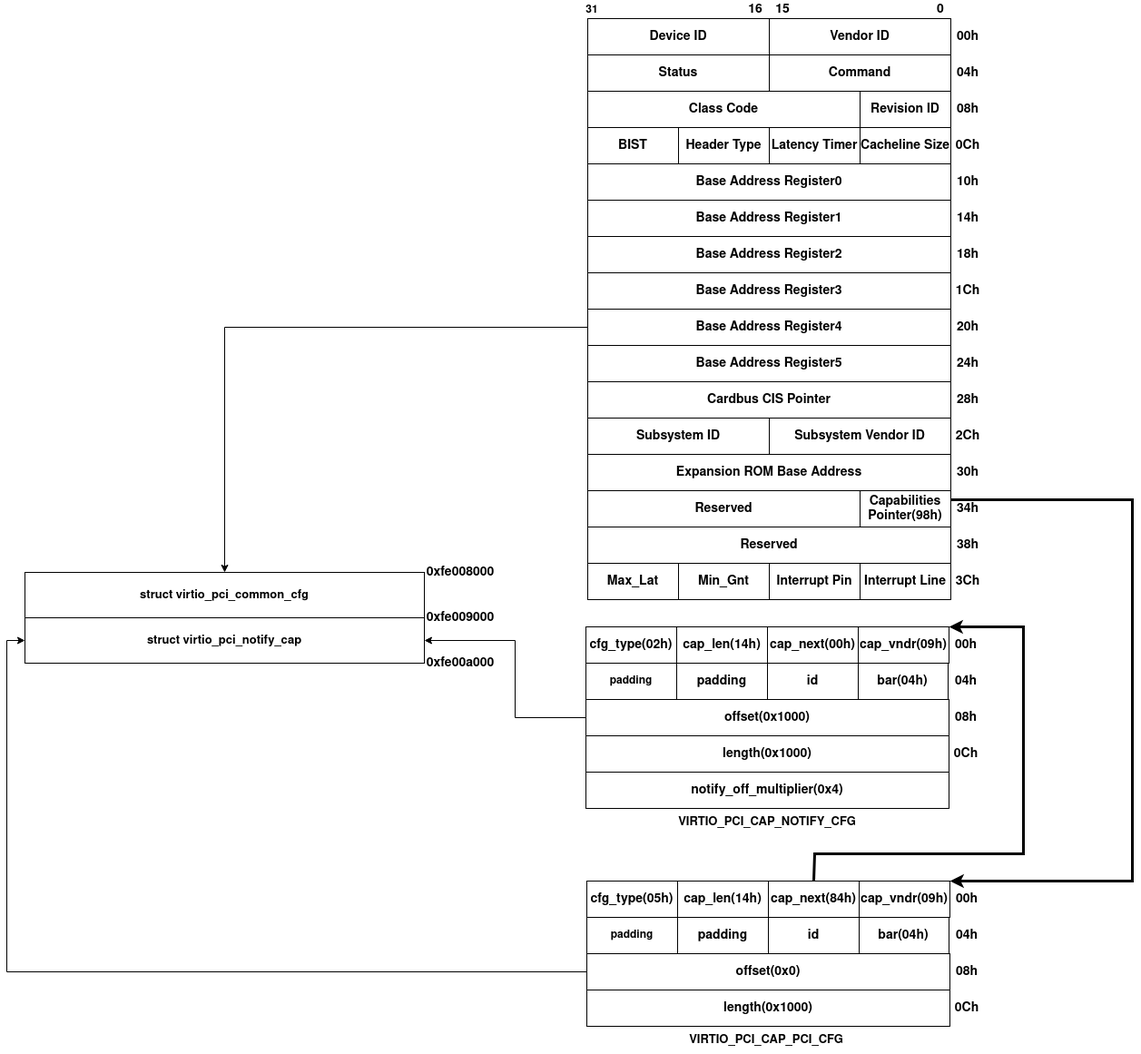
This is source/_posts/virtio简介/virtio的PCI配置空间.png from JiaweiHawk/jiaweihawk.github.io, a draw.io export, as it was before one commit. Source tidied: cells renumbered, new cells last; positions are measured from the earlier drawing's top-left corner, leaving out a move shared by most shapes.
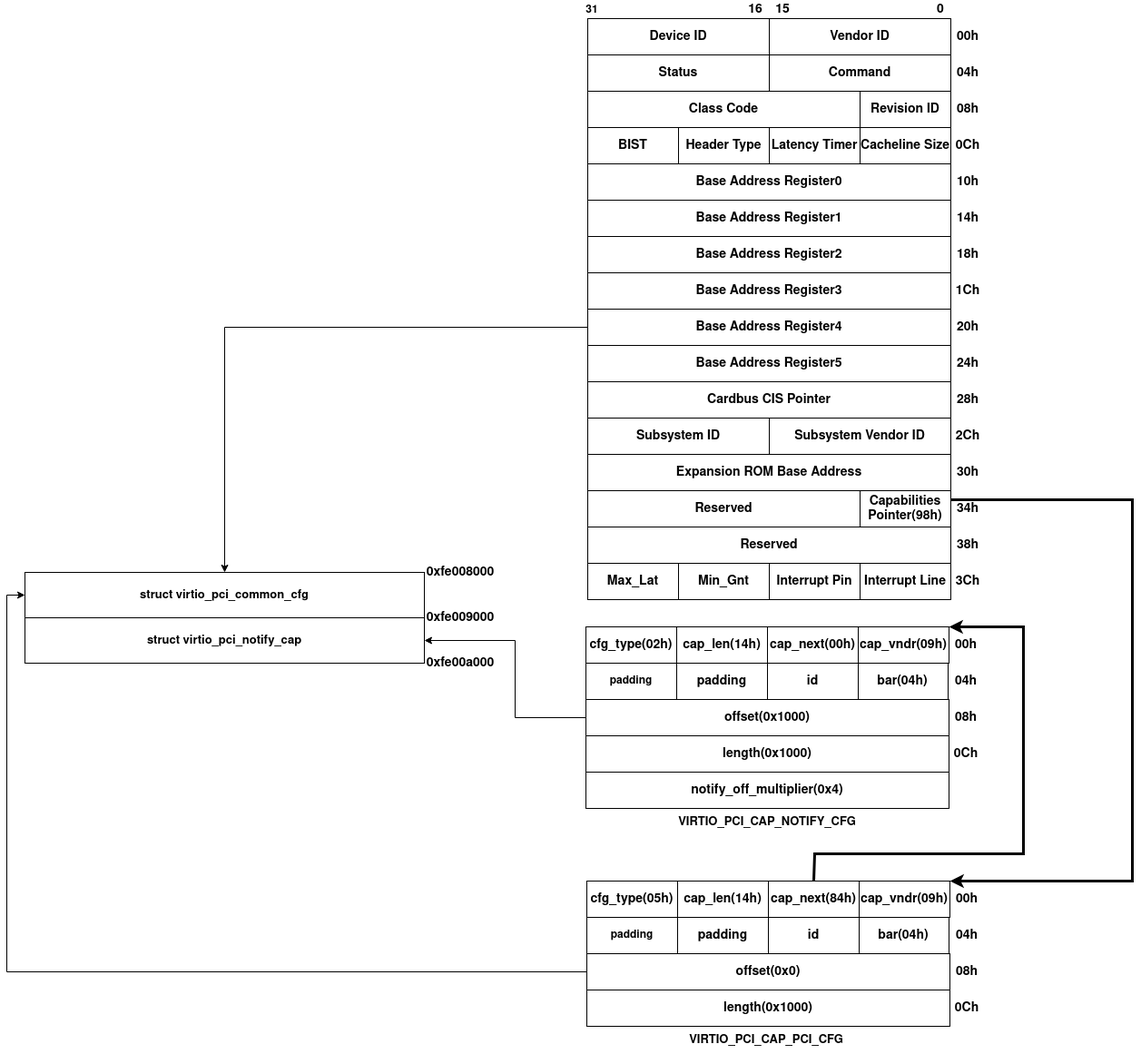
The same diagram one commit later.

Commit message:
source/_posts/virtio简介: 修复示意图bug并完善实例化

What changed in the source:
```diff
@@ -281,11 +281,11 @@
         </Array>
       </mxGeometry>
     </mxCell>
-    <mxCell id="88" style="curved=0;endArrow=classic;html=1;rounded=0;fontSize=13;entryX=0;entryY=0.5;entryDx=0;entryDy=0;exitX=0;exitY=0.5;exitDx=0;exitDy=0;" parent="1" edge="1" source="60" target="85">
+    <mxCell id="88" style="curved=0;endArrow=classic;html=1;rounded=0;fontSize=13;entryX=0;entryY=0.5;entryDx=0;entryDy=0;exitX=0;exitY=0.5;exitDx=0;exitDy=0;" parent="1" edge="1" source="60" target="82">
       <mxGeometry relative="1" as="geometry">
         <Array as="points">
           <mxPoint y="1070" />
-          <mxPoint y="705" />
+          <mxPoint y="655" />
         </Array>
       </mxGeometry>
     </mxCell>
```
